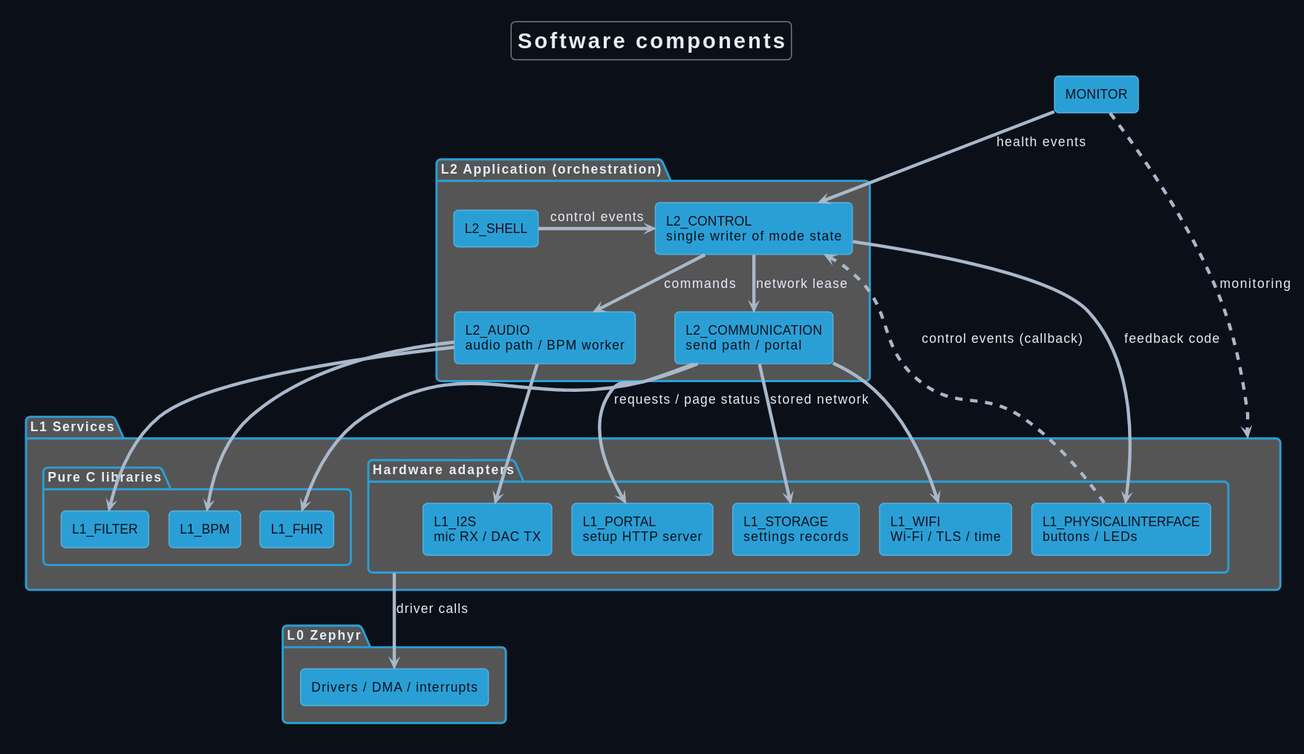
Above: Development/system/architecture/system/rendered/software_components.svg in DemonicPsychoII/DigitalStethoscope (PlantUML), before the change.
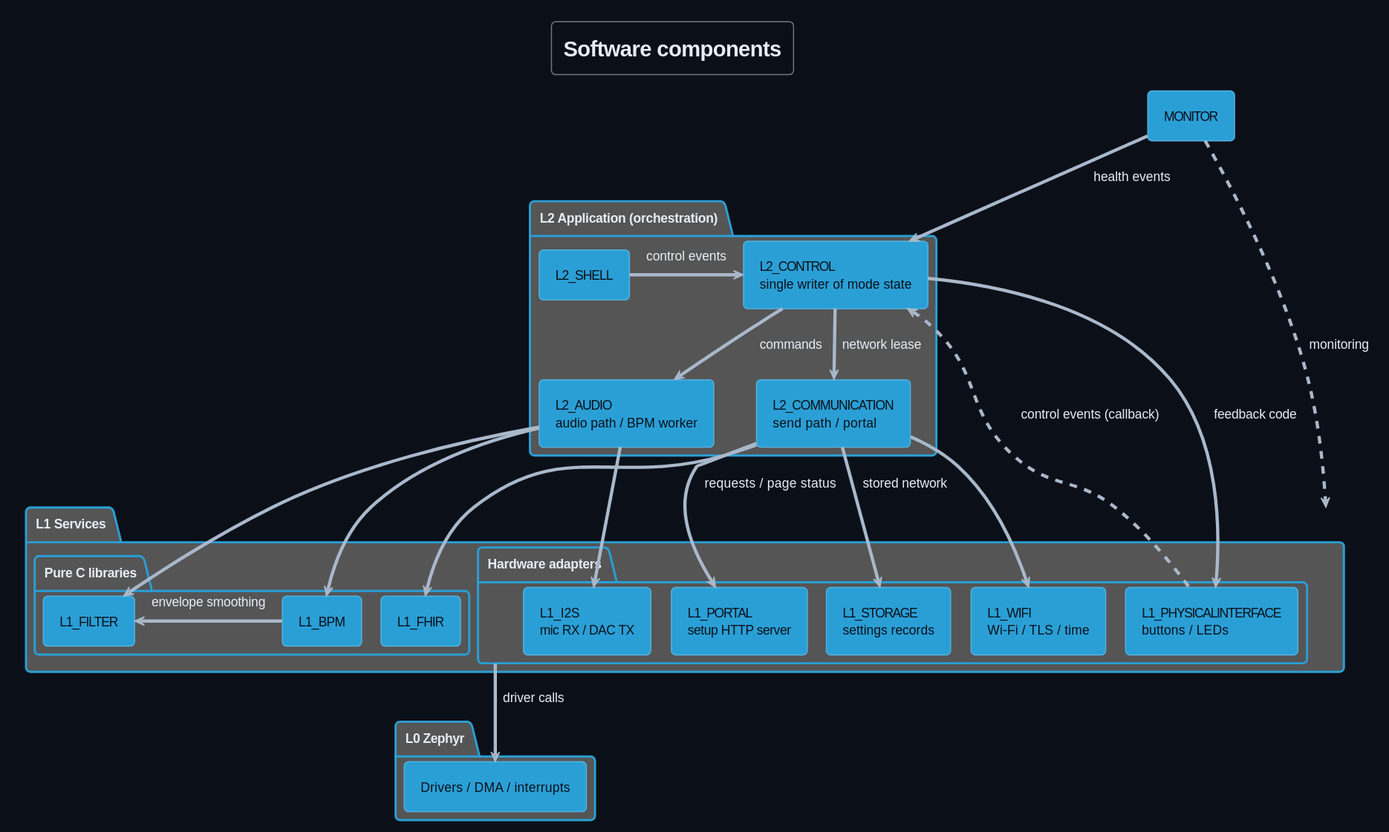
The same diagram one commit later.

Change to the diagram source:
```diff
@@ -49,6 +49,7 @@
 aud -down-> i2s
 aud -down-> filter
 aud -down-> bpm
+bpm -right-> filter : envelope smoothing
 com -down-> fhir
 com -down-> portal : requests / page status
 com -down-> wifi
```
